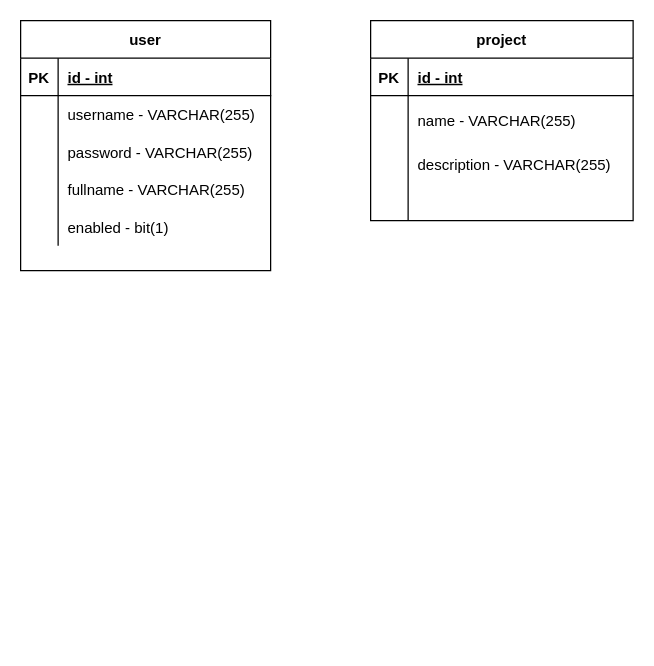
The draw.io diagram doc/schema.drawio in cdbros/openlog, before the edit. Source tidied: cells renumbered, new cells numbered last; positions are measured from the earlier drawing's top-left corner, leaving out a move shared by most shapes. Both pictures are drawn from the tidied source at 125%, with x=0, y=0 at pixel (20, 20).
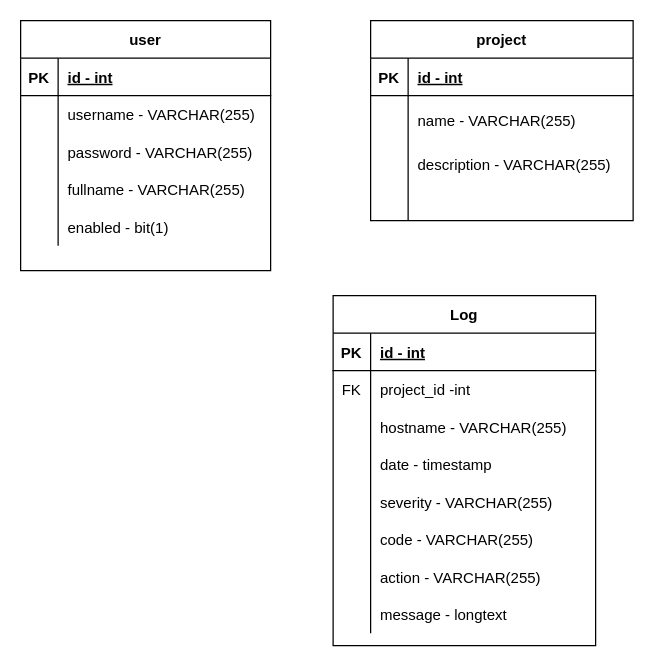
Above is the later version.

What changed in the source:
```diff
@@
+    <mxCell id="31" value="Log" style="shape=table;startSize=30;childLayout=tableLayout;rowLines=0;fontStyle=1;align=center;" parent="1" vertex="1">
+      <mxGeometry x="250" y="220" width="210" height="280" as="geometry" />
+    </mxCell>
+    <mxCell id="32" style="shape=partialRectangle;fillColor=none;top=0;left=0;bottom=1;right=0;" parent="31" vertex="1">
+      <mxGeometry y="30" width="210" height="30" as="geometry" />
+    </mxCell>
+    <mxCell id="33" value="PK" style="shape=partialRectangle;fillColor=none;top=0;left=0;bottom=0;right=0;fontStyle=1;overflow=hidden;" parent="32" vertex="1">
+      <mxGeometry width="30" height="30" as="geometry" />
+    </mxCell>
+    <mxCell id="34" value="id - int" style="shape=partialRectangle;fillColor=none;top=0;left=0;bottom=0;right=0;align=left;spacingLeft=6;fontStyle=5;overflow=hidden;" parent="32" vertex="1">
+      <mxGeometry x="30" width="180" height="30" as="geometry" />
+    </mxCell>
+    <mxCell id="35" style="shape=partialRectangle;fillColor=none;top=0;left=0;bottom=0;right=0;" parent="31" vertex="1">
+      <mxGeometry y="60" width="210" height="30" as="geometry" />
+    </mxCell>
+    <mxCell id="36" value="FK" style="shape=partialRectangle;fillColor=none;top=0;left=0;bottom=0;right=0;overflow=hidden;" parent="35" vertex="1">
+      <mxGeometry width="30" height="30" as="geometry" />
+    </mxCell>
+    <mxCell id="37" value="project_id -int " style="shape=partialRectangle;fillColor=none;top=0;left=0;bottom=0;right=0;align=left;spacingLeft=6;overflow=hidden;" parent="35" vertex="1">
+      <mxGeometry x="30" width="180" height="30" as="geometry" />
+    </mxCell>
+    <mxCell id="38" style="shape=partialRectangle;fillColor=none;top=0;left=0;bottom=0;right=0;" parent="31" vertex="1">
+      <mxGeometry y="90" width="210" height="30" as="geometry" />
+    </mxCell>
+    <mxCell id="39" style="shape=partialRectangle;fillColor=none;top=0;left=0;bottom=0;right=0;overflow=hidden;" parent="38" vertex="1">
+      <mxGeometry width="30" height="30" as="geometry" />
+    </mxCell>
+    <mxCell id="40" value="hostname - VARCHAR(255)" style="shape=partialRectangle;fillColor=none;top=0;left=0;bottom=0;right=0;align=left;spacingLeft=6;overflow=hidden;" parent="38" vertex="1">
+      <mxGeometry x="30" width="180" height="30" as="geometry" />
+    </mxCell>
+    <mxCell id="41" style="shape=partialRectangle;fillColor=none;top=0;left=0;bottom=0;right=0;" parent="31" vertex="1">
+      <mxGeometry y="120" width="210" height="30" as="geometry" />
+    </mxCell>
+    <mxCell id="42" style="shape=partialRectangle;fillColor=none;top=0;left=0;bottom=0;right=0;overflow=hidden;" parent="41" vertex="1">
+      <mxGeometry width="30" height="30" as="geometry" />
+    </mxCell>
+    <mxCell id="43" value="date - timestamp" style="shape=partialRectangle;fillColor=none;top=0;left=0;bottom=0;right=0;align=left;spacingLeft=6;overflow=hidden;" parent="41" vertex="1">
+      <mxGeometry x="30" width="180" height="30" as="geometry" />
+    </mxCell>
+    <mxCell id="44" style="shape=partialRectangle;fillColor=none;top=0;left=0;bottom=0;right=0;" parent="31" vertex="1">
+      <mxGeometry y="150" width="210" height="30" as="geometry" />
+    </mxCell>
+    <mxCell id="45" style="shape=partialRectangle;fillColor=none;top=0;left=0;bottom=0;right=0;overflow=hidden;" parent="44" vertex="1">
+      <mxGeometry width="30" height="30" as="geometry" />
+    </mxCell>
+    <mxCell id="46" value="severity - VARCHAR(255)" style="shape=partialRectangle;fillColor=none;top=0;left=0;bottom=0;right=0;align=left;spacingLeft=6;overflow=hidden;" parent="44" vertex="1">
+      <mxGeometry x="30" width="180" height="30" as="geometry" />
+    </mxCell>
+    <mxCell id="47" style="shape=partialRectangle;fillColor=none;top=0;left=0;bottom=0;right=0;" parent="31" vertex="1">
+      <mxGeometry y="180" width="210" height="30" as="geometry" />
+    </mxCell>
+    <mxCell id="48" style="shape=partialRectangle;fillColor=none;top=0;left=0;bottom=0;right=0;overflow=hidden;" parent="47" vertex="1">
+      <mxGeometry width="30" height="30" as="geometry" />
+    </mxCell>
+    <mxCell id="49" value="code - VARCHAR(255)" style="shape=partialRectangle;fillColor=none;top=0;left=0;bottom=0;right=0;align=left;spacingLeft=6;overflow=hidden;" parent="47" vertex="1">
+      <mxGeometry x="30" width="180" height="30" as="geometry" />
+    </mxCell>
+    <mxCell id="50" style="shape=partialRectangle;fillColor=none;top=0;left=0;bottom=0;right=0;" parent="31" vertex="1">
+      <mxGeometry y="210" width="210" height="30" as="geometry" />
+    </mxCell>
+    <mxCell id="51" style="shape=partialRectangle;fillColor=none;top=0;left=0;bottom=0;right=0;overflow=hidden;" parent="50" vertex="1">
+      <mxGeometry width="30" height="30" as="geometry" />
+    </mxCell>
+    <mxCell id="52" value="action - VARCHAR(255)" style="shape=partialRectangle;fillColor=none;top=0;left=0;bottom=0;right=0;align=left;spacingLeft=6;overflow=hidden;" parent="50" vertex="1">
+      <mxGeometry x="30" width="180" height="30" as="geometry" />
+    </mxCell>
+    <mxCell id="53" style="shape=partialRectangle;fillColor=none;top=0;left=0;bottom=0;right=0;" parent="31" vertex="1">
+      <mxGeometry y="240" width="210" height="30" as="geometry" />
+    </mxCell>
+    <mxCell id="54" style="shape=partialRectangle;fillColor=none;top=0;left=0;bottom=0;right=0;overflow=hidden;" parent="53" vertex="1">
+      <mxGeometry width="30" height="30" as="geometry" />
+    </mxCell>
+    <mxCell id="55" value="message - longtext" style="shape=partialRectangle;fillColor=none;top=0;left=0;bottom=0;right=0;align=left;spacingLeft=6;overflow=hidden;" parent="53" vertex="1">
+      <mxGeometry x="30" width="180" height="30" as="geometry" />
+    </mxCell>
```
